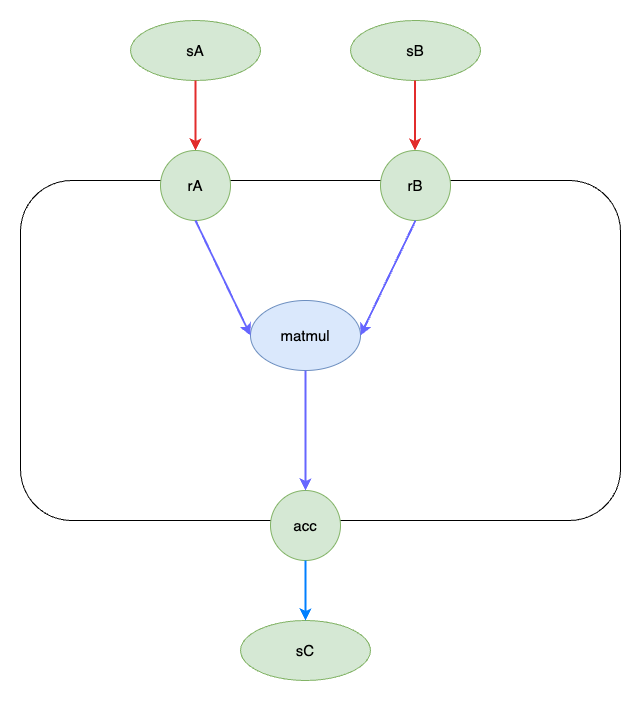
Earlier version of the draw.io export docs/figures/RF_GEMM_Graph.png (TiledTensor/TiledKernel). Source tidied: cells renumbered, new cells last; positions are measured from the earlier drawing's top-left corner, leaving out a move shared by most shapes.
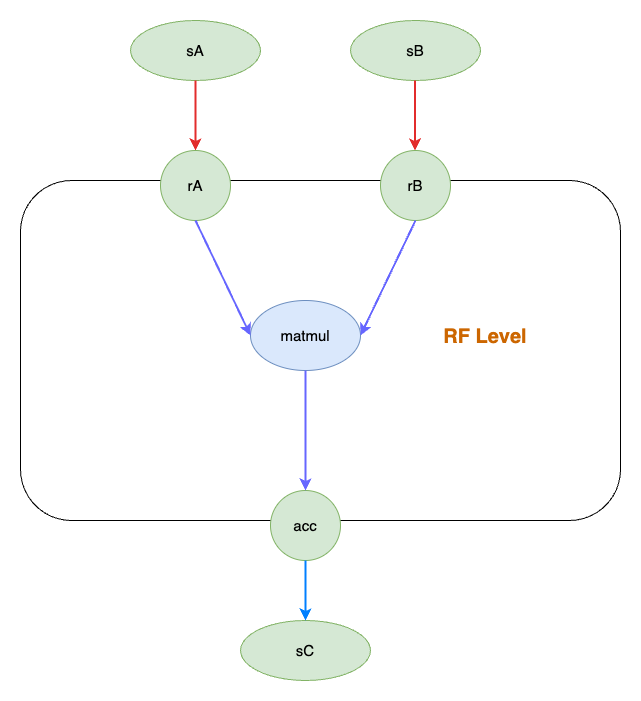
The same diagram one commit later.

The edit, as a diff of the source:
```diff
@@ -49,5 +49,8 @@
         <mxPoint x="285" y="540" as="sourcePoint" />
       </mxGeometry>
     </mxCell>
+    <mxCell id="16" value="&lt;h1&gt;&lt;font color=&quot;#cc6600&quot; size=&quot;1&quot; style=&quot;&quot;&gt;&lt;b style=&quot;font-size: 20px;&quot;&gt;RF Level&lt;/b&gt;&lt;/font&gt;&lt;/h1&gt;" style="text;html=1;strokeColor=none;fillColor=none;align=center;verticalAlign=middle;whiteSpace=wrap;rounded=0;" parent="1" vertex="1">
+      <mxGeometry x="390" y="270" width="150" height="90" as="geometry" />
+    </mxCell>
   </root>
 </mxGraphModel>
```
